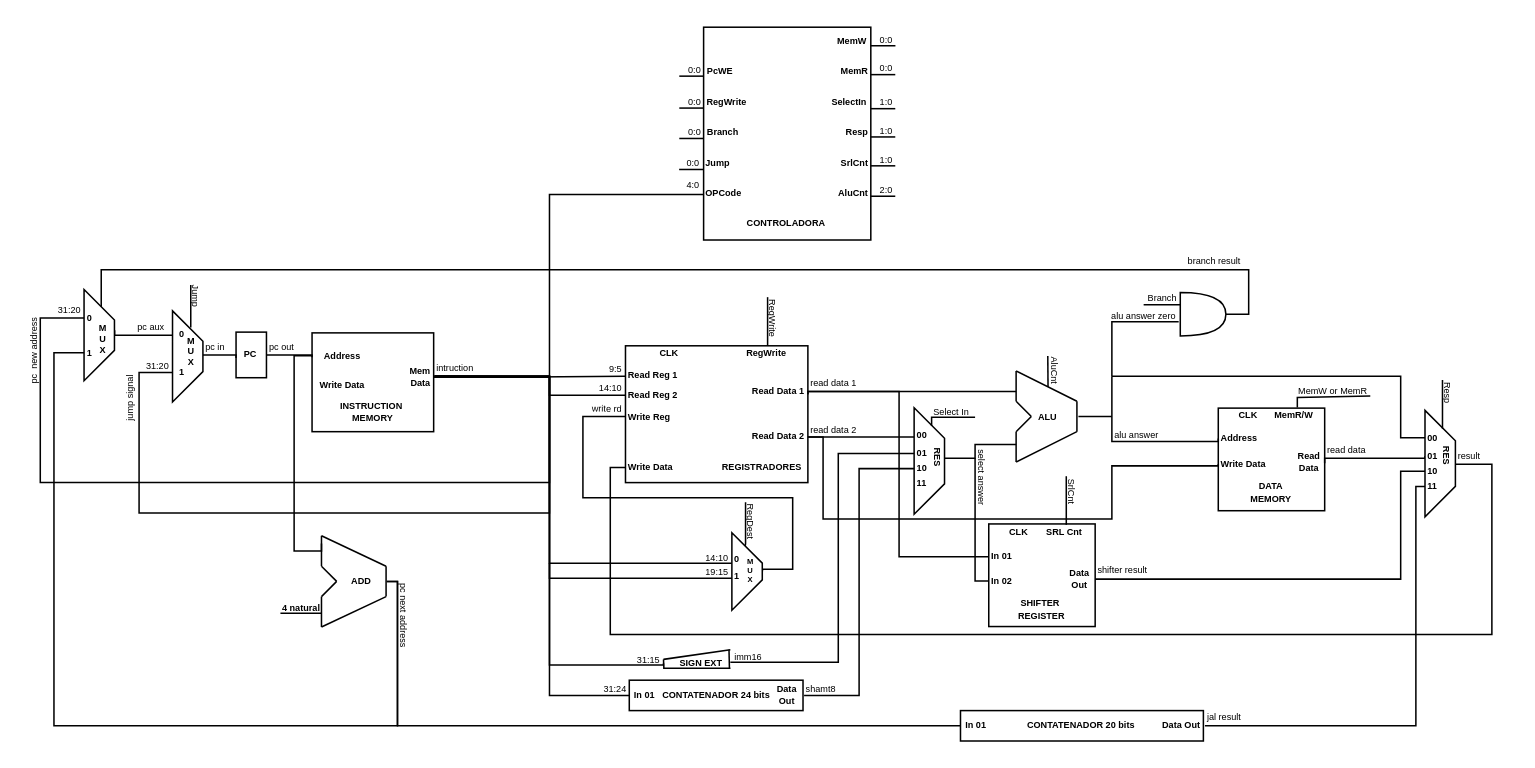
This is Data Path.drawio from RodolfoLessa/risc-v_basead_CPU, a draw.io file, before an edit. Source tidied: cells renumbered, new cells numbered last; positions are measured from the earlier drawing's top-left corner, leaving out a move shared by most shapes. Both pictures are drawn from the tidied source at 152%, with x=0, y=0 at pixel (-6, 26).
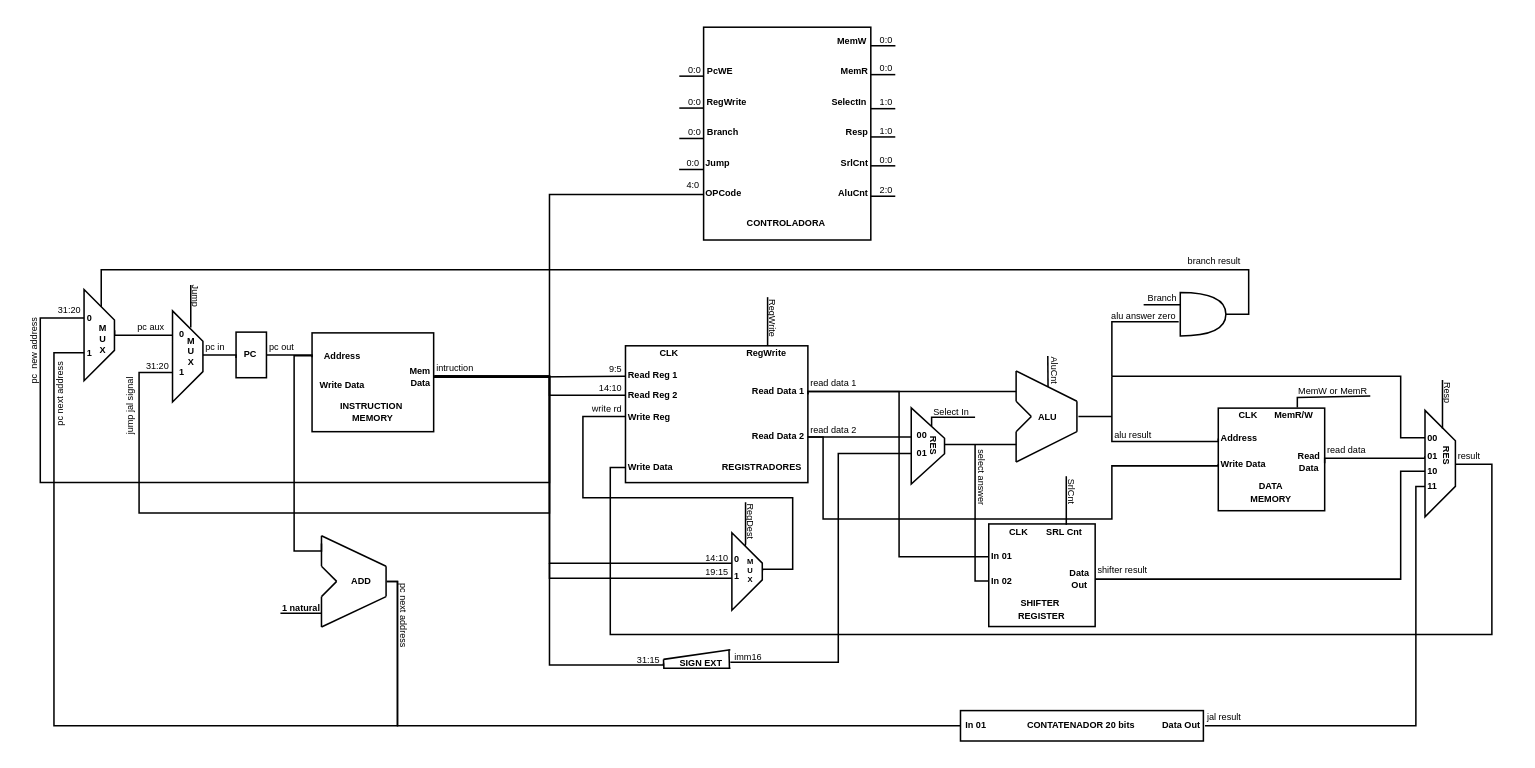
After the change.

Commit message:
modificacoes do ricardo

Unchanged cells that the change refers to:
```xml
<mxCell id="29" value="Mem&lt;br&gt;Data" style="text;html=1;strokeColor=none;fillColor=none;align=right;verticalAlign=middle;whiteSpace=wrap;rounded=0;fontSize=6;fontStyle=1;" parent="1" vertex="1">
  <mxGeometry x="248.8" y="220.5" width="40.2" height="20" as="geometry" />
</mxCell>
<mxCell id="115" value="In 02" style="text;html=1;strokeColor=none;fillColor=none;align=left;verticalAlign=middle;whiteSpace=wrap;rounded=0;fontSize=6;fontStyle=1;" parent="1" vertex="1">
  <mxGeometry x="654" y="354.8" width="40" height="20" as="geometry" />
</mxCell>
<mxCell id="198" value="select answer" style="text;html=1;strokeColor=none;fillColor=none;align=left;verticalAlign=middle;whiteSpace=wrap;rounded=0;fontSize=6;direction=west;rotation=90;" parent="1" vertex="1">
  <mxGeometry x="624.9" y="296" width="49.3" height="9.5" as="geometry" />
</mxCell>
```

What changed in the source:
```diff
@@
-    <mxCell id="28" style="edgeStyle=orthogonalEdgeStyle;shape=connector;rounded=0;jettySize=auto;html=1;entryX=0;entryY=0.5;entryDx=0;entryDy=0;labelBackgroundColor=default;strokeColor=default;fontFamily=Helvetica;fontSize=11;fontColor=default;endArrow=none;endFill=0;" parent="1" edge="1" source="29" target="193">
-      <mxGeometry relative="1" as="geometry">
-        <Array as="points">
-          <mxPoint x="365" y="231" />
-          <mxPoint x="365" y="440" />
-        </Array>
-      </mxGeometry>
-    </mxCell>
@@
-    <mxCell id="54" value="4 natural" style="text;html=1;strokeColor=none;fillColor=none;align=center;verticalAlign=middle;whiteSpace=wrap;rounded=0;fontSize=6;fontStyle=1;" parent="1" vertex="1">
+    <mxCell id="54" value="1 natural" style="text;html=1;strokeColor=none;fillColor=none;align=center;verticalAlign=middle;whiteSpace=wrap;rounded=0;fontSize=6;fontStyle=1;" parent="1" vertex="1">
       <mxGeometry x="187" y="374" width="30" height="18" as="geometry" />
     </mxCell>
@@
-    <mxCell id="99" value="alu answer" style="text;html=1;strokeColor=none;fillColor=none;align=left;verticalAlign=middle;whiteSpace=wrap;rounded=0;fontSize=6;" parent="1" vertex="1">
+    <mxCell id="99" value="alu result" style="text;html=1;strokeColor=none;fillColor=none;align=left;verticalAlign=middle;whiteSpace=wrap;rounded=0;fontSize=6;" parent="1" vertex="1">
       <mxGeometry x="735" y="264" width="35" height="9.5" as="geometry" />
     </mxCell>
@@
-    <mxCell id="104" value="jump signal" style="text;html=1;strokeColor=none;fillColor=none;align=left;verticalAlign=middle;whiteSpace=wrap;rounded=0;fontSize=6;rotation=-90;" parent="1" vertex="1">
-      <mxGeometry x="72" y="240" width="35" height="9.5" as="geometry" />
+    <mxCell id="104" value="jump jal&amp;nbsp;signal" style="text;html=1;strokeColor=none;fillColor=none;align=left;verticalAlign=middle;whiteSpace=wrap;rounded=0;fontSize=6;rotation=-90;" parent="1" vertex="1">
+      <mxGeometry x="67.5" y="244.5" width="44" height="9.5" as="geometry" />
     </mxCell>
@@
-    <mxCell id="114" style="edgeStyle=orthogonalEdgeStyle;shape=connector;rounded=0;jettySize=auto;html=1;labelBackgroundColor=default;strokeColor=default;fontFamily=Helvetica;fontSize=11;fontColor=default;endArrow=none;endFill=0;" parent="1" edge="1" source="115">
+    <mxCell id="114" style="edgeStyle=orthogonalEdgeStyle;shape=connector;rounded=0;jettySize=auto;html=1;labelBackgroundColor=default;strokeColor=default;fontFamily=Helvetica;fontSize=11;fontColor=default;endArrow=none;endFill=0;entryX=1.02;entryY=0.022;entryDx=0;entryDy=0;entryPerimeter=0;" parent="1" edge="1" source="115" target="198">
       <mxGeometry relative="1" as="geometry">
-        <mxPoint x="645" y="284" as="targetPoint" />
         <Array as="points">
           <mxPoint x="645" y="365" />
         </Array>
       </mxGeometry>
     </mxCell>
@@
-    <mxCell id="126" style="edgeStyle=orthogonalEdgeStyle;shape=connector;rounded=0;jettySize=auto;html=1;labelBackgroundColor=default;strokeColor=default;fontFamily=Helvetica;fontSize=11;fontColor=default;endArrow=none;endFill=0;exitX=0;exitY=0;exitDx=0;exitDy=0;" parent="1" edge="1" source="185">
+    <mxCell id="126" style="edgeStyle=orthogonalEdgeStyle;shape=connector;rounded=0;orthogonalLoop=1;jettySize=auto;html=1;labelBackgroundColor=default;strokeColor=default;fontFamily=Helvetica;fontSize=11;fontColor=default;endArrow=none;endFill=0;exitX=0;exitY=0;exitDx=0;exitDy=0;" parent="1" edge="1">
       <mxGeometry relative="1" as="geometry">
+        <mxPoint x="604.8" y="280.8" as="sourcePoint" />
         <mxPoint x="484" y="418.2" as="targetPoint" />
         <Array as="points">
           <mxPoint x="555" y="281" />
           <mxPoint x="555" y="418" />
         </Array>
       </mxGeometry>
     </mxCell>
@@
-    <mxCell id="152" value="1:0" style="text;html=1;strokeColor=none;fillColor=none;align=right;verticalAlign=middle;whiteSpace=wrap;rounded=0;fontSize=6;direction=west;rotation=0;" parent="1" vertex="1">
+    <mxCell id="152" value="0:0" style="text;html=1;strokeColor=none;fillColor=none;align=right;verticalAlign=middle;whiteSpace=wrap;rounded=0;fontSize=6;direction=west;rotation=0;" parent="1" vertex="1">
       <mxGeometry x="576.6" y="84.4" width="16" height="7.2" as="geometry" />
     </mxCell>
@@
     <mxCell id="182" style="shape=trapezoid;perimeter=trapezoidPerimeter;whiteSpace=wrap;html=1;fixedSize=1;direction=south;" parent="1" vertex="1">
-      <mxGeometry x="604.9" y="250.8" width="20" height="70" as="geometry" />
+      <mxGeometry x="603" y="250.8" width="21.9" height="50.2" as="geometry" />
     </mxCell>
@@
-    <mxCell id="185" value="10" style="text;html=1;strokeColor=none;fillColor=none;align=left;verticalAlign=middle;whiteSpace=wrap;rounded=0;fontSize=6;fontStyle=1;rotation=0;" parent="1" vertex="1">
-      <mxGeometry x="604.9" y="280.8" width="13" height="20" as="geometry" />
-    </mxCell>
-    <mxCell id="186" value="11" style="text;html=1;strokeColor=none;fillColor=none;align=left;verticalAlign=middle;whiteSpace=wrap;rounded=0;fontSize=6;fontStyle=1;rotation=0;" parent="1" vertex="1">
-      <mxGeometry x="604.9" y="290.8" width="13" height="20" as="geometry" />
-    </mxCell>
     <mxCell id="187" style="edgeStyle=orthogonalEdgeStyle;shape=connector;rounded=0;orthogonalLoop=1;jettySize=auto;html=1;labelBackgroundColor=default;strokeColor=default;fontFamily=Helvetica;fontSize=11;fontColor=default;endArrow=none;endFill=0;" parent="1" edge="1">
       <mxGeometry relative="1" as="geometry">
-        <mxPoint x="625" y="284" as="sourcePoint" />
+        <mxPoint x="625" y="275" as="sourcePoint" />
         <mxPoint x="672" y="275" as="targetPoint" />
         <Array as="points">
-          <mxPoint x="645" y="284" />
-          <mxPoint x="645" y="275" />
+          <mxPoint x="633" y="275" />
+          <mxPoint x="633" y="275" />
         </Array>
       </mxGeometry>
     </mxCell>
     <mxCell id="188" value="RES" style="text;html=1;strokeColor=none;fillColor=none;align=center;verticalAlign=middle;whiteSpace=wrap;rounded=0;fontSize=6;fontStyle=1;rotation=90;" parent="1" vertex="1">
-      <mxGeometry x="605.4" y="274" width="30" height="20" as="geometry" />
+      <mxGeometry x="603" y="265.9" width="30" height="20" as="geometry" />
     </mxCell>
@@
-    <mxCell id="191" style="group;" parent="1" vertex="1">
-      <mxGeometry x="417.5" y="430" width="115" height="20" as="geometry" />
-    </mxCell>
-    <mxCell id="192" value="CONTATENADOR 24 bits" style="rounded=0;whiteSpace=wrap;html=1;fontFamily=Helvetica;fontSize=6;fontColor=default;fontStyle=1;" parent="191" vertex="1">
-      <mxGeometry width="114.3" height="20" as="geometry" />
-    </mxCell>
-    <mxCell id="193" value="In 01" style="text;html=1;strokeColor=none;fillColor=none;align=left;verticalAlign=middle;whiteSpace=wrap;rounded=0;fontSize=6;fontStyle=1;" parent="191" vertex="1">
-      <mxGeometry x="1" width="28.6" height="20" as="geometry" />
-    </mxCell>
-    <mxCell id="194" value="Data Out" style="text;html=1;strokeColor=none;fillColor=none;align=center;verticalAlign=middle;whiteSpace=wrap;rounded=0;fontSize=6;fontStyle=1;" parent="191" vertex="1">
-      <mxGeometry x="93.6" width="21.4" height="20" as="geometry" />
-    </mxCell>
-    <mxCell id="195" style="edgeStyle=orthogonalEdgeStyle;shape=connector;rounded=0;jettySize=auto;html=1;entryX=0;entryY=0.5;entryDx=0;entryDy=0;labelBackgroundColor=default;strokeColor=default;fontFamily=Helvetica;fontSize=11;fontColor=default;endArrow=none;endFill=0;" parent="1" edge="1" source="194" target="185">
-      <mxGeometry relative="1" as="geometry" />
-    </mxCell>
-    <mxCell id="196" value="31:24" style="text;html=1;strokeColor=none;fillColor=none;align=right;verticalAlign=middle;whiteSpace=wrap;rounded=0;fontSize=6;" parent="1" vertex="1">
-      <mxGeometry x="383" y="431" width="35" height="9.5" as="geometry" />
-    </mxCell>
-    <mxCell id="197" value="shamt8" style="text;html=1;strokeColor=none;fillColor=none;align=left;verticalAlign=middle;whiteSpace=wrap;rounded=0;fontSize=6;" parent="1" vertex="1">
-      <mxGeometry x="532" y="431" width="41" height="9.5" as="geometry" />
-    </mxCell>
@@
+    <mxCell id="204" value="pc next address" style="text;html=1;strokeColor=none;fillColor=none;align=left;verticalAlign=middle;whiteSpace=wrap;rounded=0;fontSize=6;rotation=-90;" parent="1" vertex="1">
+      <mxGeometry x="18.1" y="235" width="51.2" height="9.5" as="geometry" />
+    </mxCell>
```
